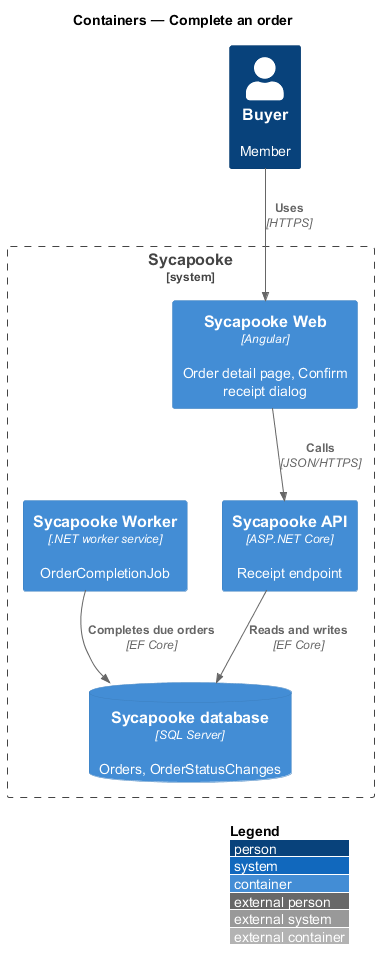
QuinntyneBrown/sycapooke keeps this PlantUML diagram as docs/detailed-designs/orders/complete-order/diagrams/c4-container.png. Above is the earlier version. Source of this version:
```plantuml
@startuml
!include <C4/C4_Container>
LAYOUT_WITH_LEGEND()
title Containers — Complete an order

Person(buyer, "Buyer", "Member")
System_Boundary(sycapooke, "Sycapooke") {
  Container(web, "Sycapooke Web", "Angular", "Order detail page, Confirm receipt dialog")
  Container(api, "Sycapooke API", "ASP.NET Core", "Receipt endpoint")
  Container(worker, "Sycapooke Worker", ".NET worker service", "OrderCompletionJob")
  ContainerDb(db, "Sycapooke database", "SQL Server", "Orders, OrderStatusChanges")
}
Rel(buyer, web, "Uses", "HTTPS")
Rel(web, api, "Calls", "JSON/HTTPS")
Rel(api, db, "Reads and writes", "EF Core")
Rel(worker, db, "Completes due orders", "EF Core")
@enduml
```
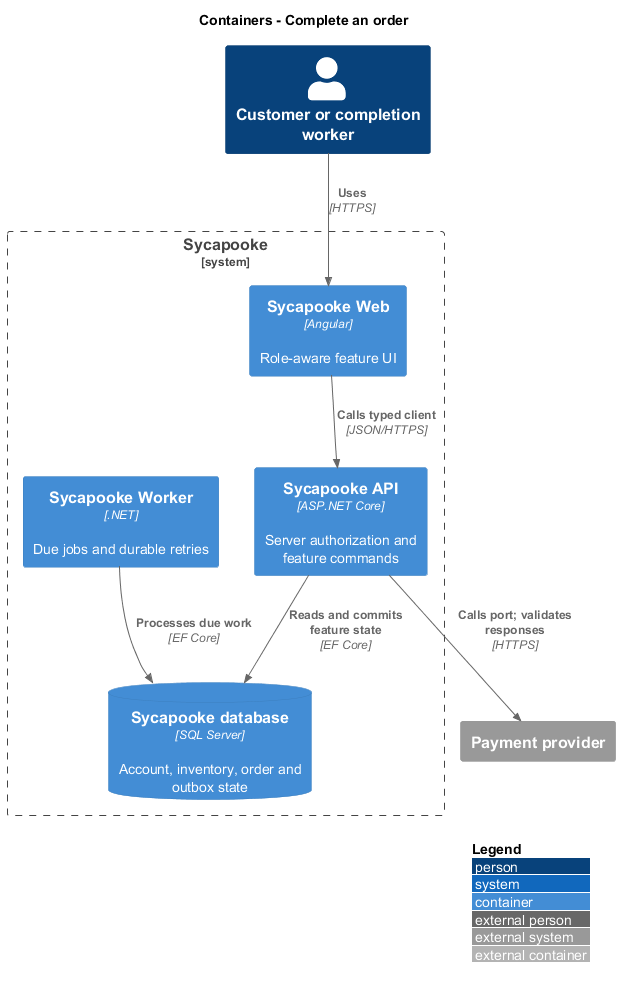
Above is the later version.

What changed in the source:
```diff
@@ -1,17 +1,18 @@
 @startuml
 !include <C4/C4_Container>
 LAYOUT_WITH_LEGEND()
-title Containers — Complete an order
-
-Person(buyer, "Buyer", "Member")
-System_Boundary(sycapooke, "Sycapooke") {
-  Container(web, "Sycapooke Web", "Angular", "Order detail page, Confirm receipt dialog")
-  Container(api, "Sycapooke API", "ASP.NET Core", "Receipt endpoint")
-  Container(worker, "Sycapooke Worker", ".NET worker service", "OrderCompletionJob")
-  ContainerDb(db, "Sycapooke database", "SQL Server", "Orders, OrderStatusChanges")
+title Containers - Complete an order
+Person(user, "Customer or completion worker")
+System_Boundary(shop, "Sycapooke") {
+  Container(web, "Sycapooke Web", "Angular", "Role-aware feature UI")
+  Container(api, "Sycapooke API", "ASP.NET Core", "Server authorization and feature commands")
+  Container(worker, "Sycapooke Worker", ".NET", "Due jobs and durable retries")
+  ContainerDb(db, "Sycapooke database", "SQL Server", "Account, inventory, order and outbox state")
 }
-Rel(buyer, web, "Uses", "HTTPS")
-Rel(web, api, "Calls", "JSON/HTTPS")
-Rel(api, db, "Reads and writes", "EF Core")
-Rel(worker, db, "Completes due orders", "EF Core")
+Rel(user, web, "Uses", "HTTPS")
+Rel(web, api, "Calls typed client", "JSON/HTTPS")
+Rel(api, db, "Reads and commits feature state", "EF Core")
+Rel(worker, db, "Processes due work", "EF Core")
+System_Ext(provider, "Payment provider")
+Rel(api, provider, "Calls port; validates responses", "HTTPS")
 @enduml
```
